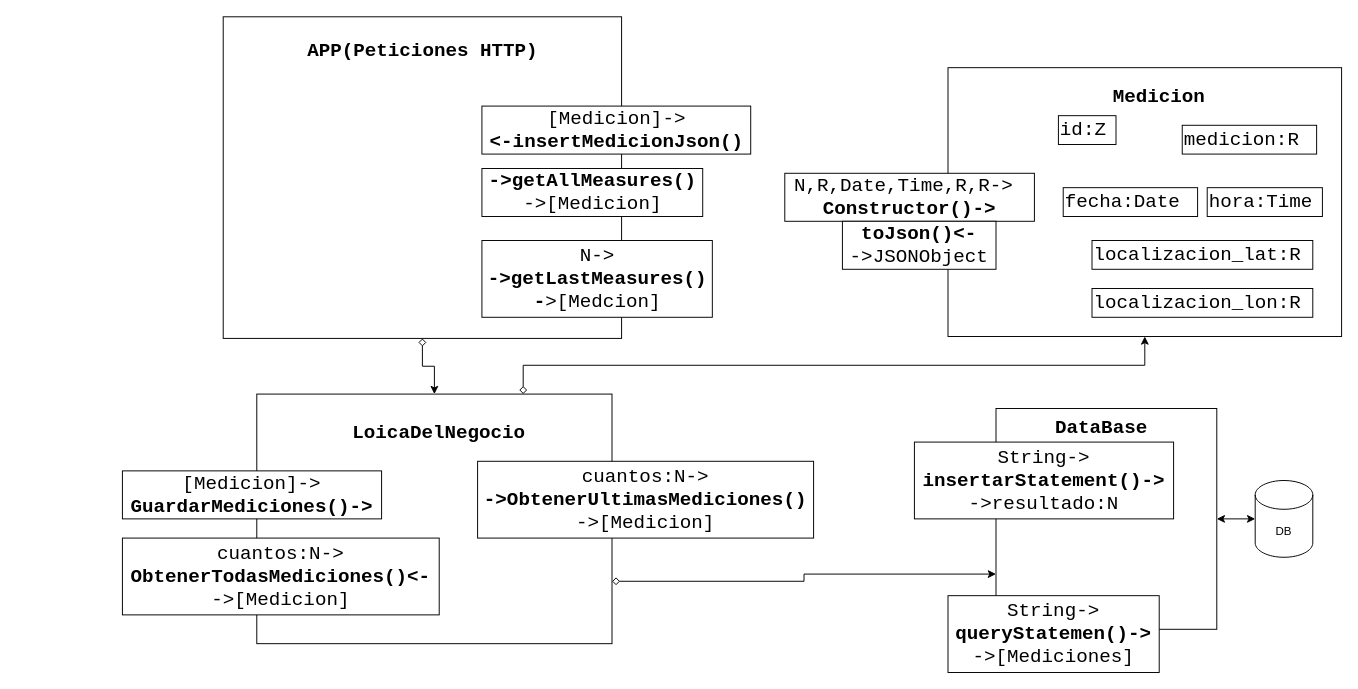
This is page "General" (1 of 6) of doc/Diseño/DiseñoApiREST.drawio from 3-GTI-ProyectoMedioAmbiente/BackEndRest, a draw.io file, before an edit. Source tidied: cells renumbered, new cells numbered last; positions are measured from the earlier drawing's top-left corner, leaving out a move shared by most shapes. Both pictures are drawn from the tidied source at 96%, with x=0, y=0 at pixel (122, 16).
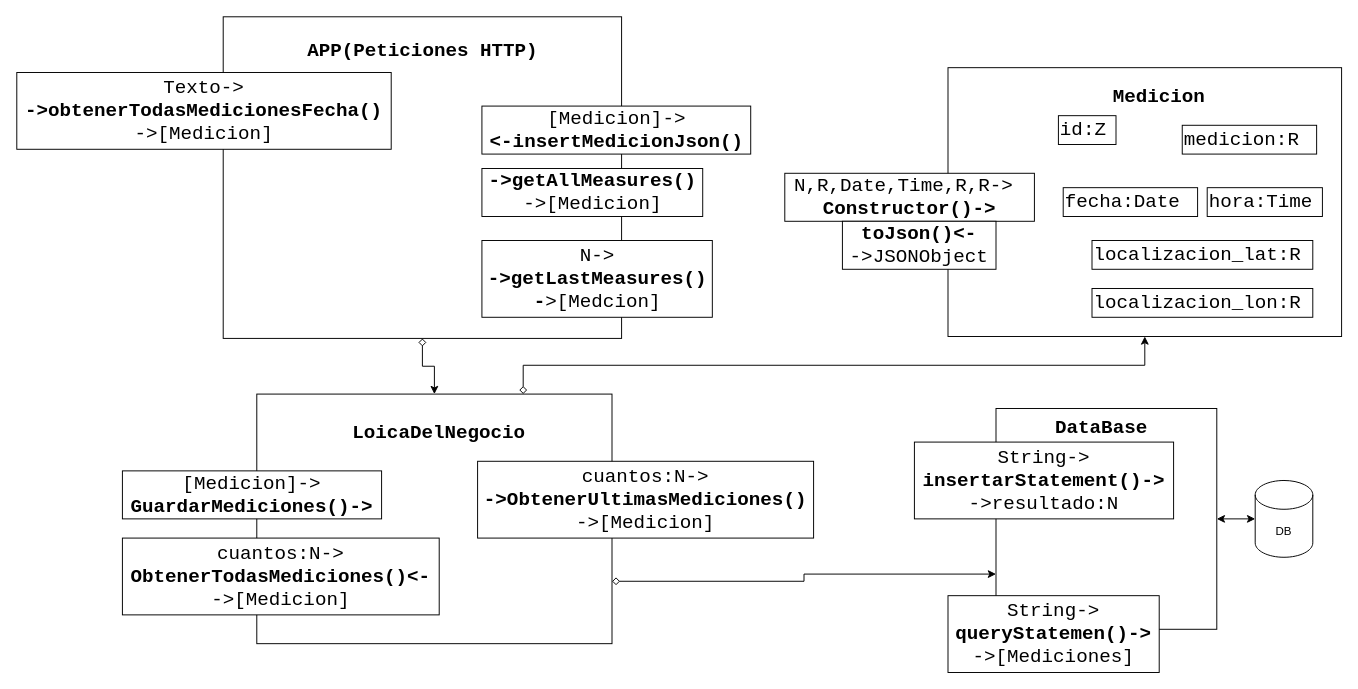
The same page after the edit.

Diff of the diagram source:
```diff
@@
+    <mxCell id="31" value="Texto-&amp;gt;&lt;br&gt;&lt;b&gt;-&amp;gt;obtenerTodasMedicionesFecha()&lt;/b&gt;&lt;br&gt;-&amp;gt;[Medicion]" style="rounded=0;whiteSpace=wrap;html=1;fontFamily=Courier New;fontSize=20;align=center;fontStyle=0;" parent="1" vertex="1">
+      <mxGeometry x="-110" y="58" width="390" height="80" as="geometry" />
+    </mxCell>
```
